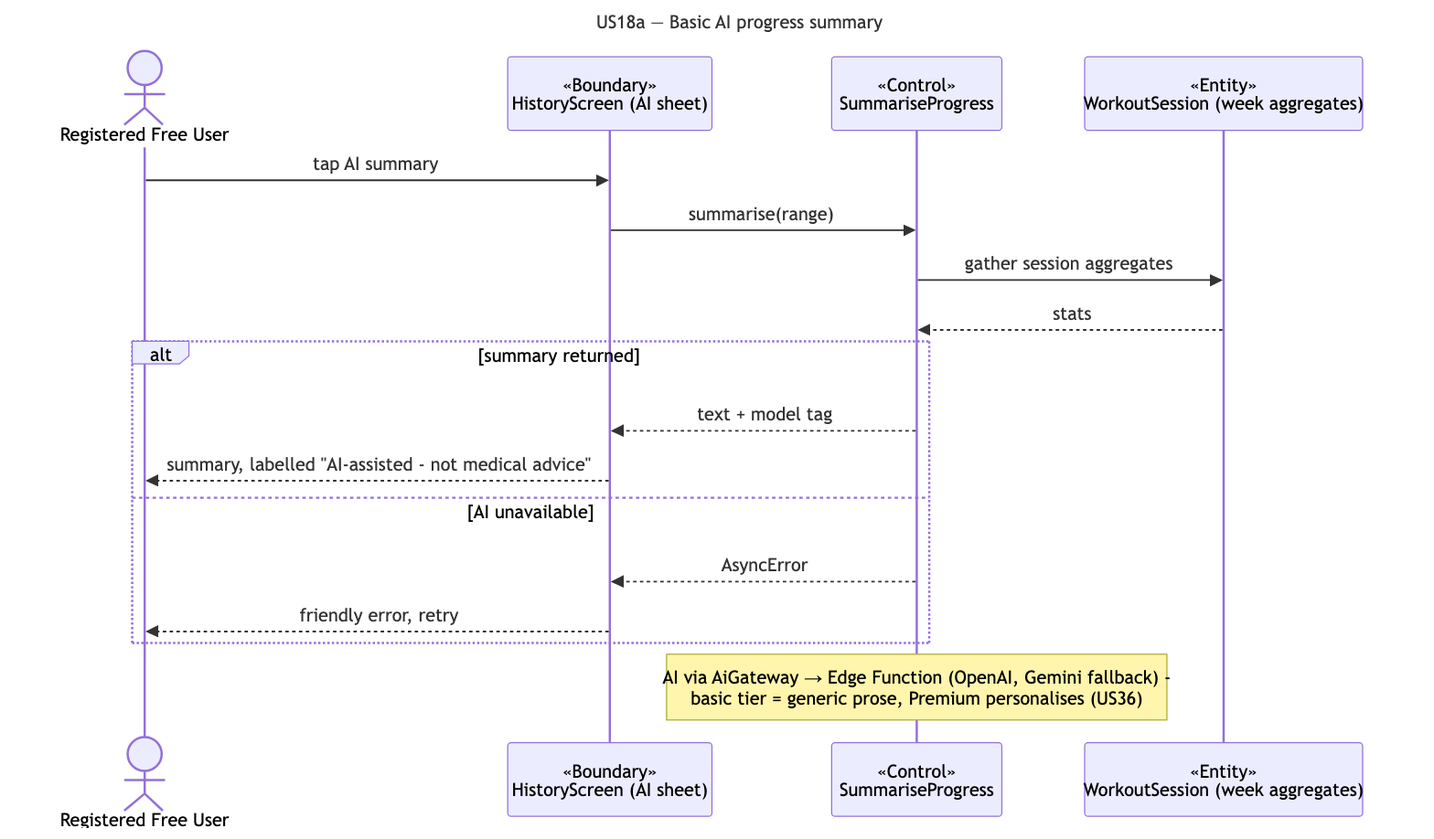
The Mermaid diagram docs/deliverables/sequence-diagrams/US18a-basic-ai-summary.png in cyuanjun/FYP-26-S2-37-app, before a commit. Its source is kept beside it as docs/deliverables/sequence-diagrams/src/US18a-basic-ai-summary.mmd. Its diagram source:
```mermaid
---
title: "US18a — Basic AI progress summary"
---
sequenceDiagram
  actor A as Registered Free User
  participant B as «Boundary»<br/>HistoryScreen (AI sheet)
  participant C as «Control»<br/>SummariseProgress
  participant E as «Entity»<br/>WorkoutSession (week aggregates)
  A->>B: tap AI summary
  B->>C: summarise(range)
  C->>E: gather session aggregates
  E-->>C: stats
  alt summary returned
    C-->>B: text + model tag
    B-->>A: summary, labelled "AI-assisted - not medical advice"
  else AI unavailable
    C-->>B: AsyncError
    B-->>A: friendly error, retry
  end
  note over C: AI via AiGateway → Edge Function (OpenAI, Gemini fallback) -<br/>basic tier = generic prose, Premium personalises (US36)
```
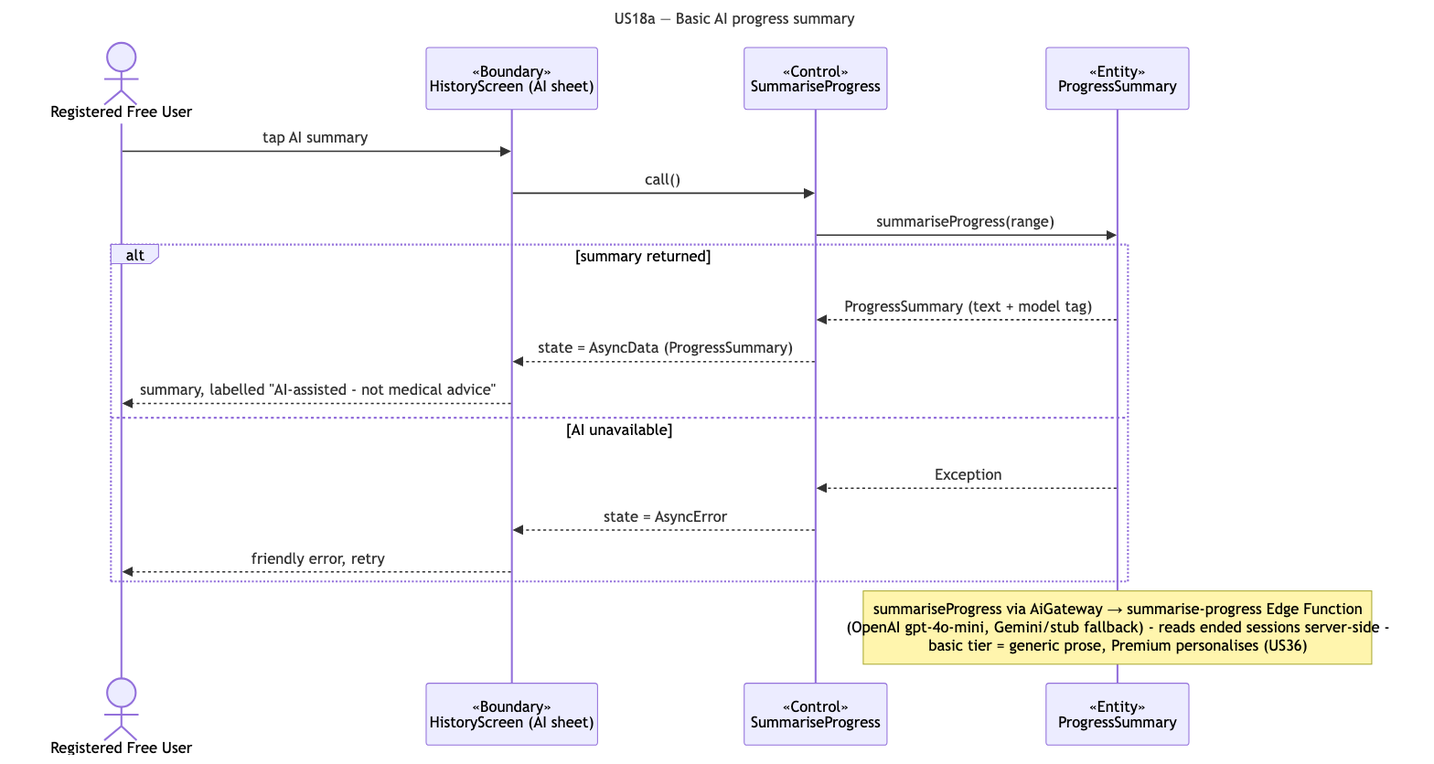
The same diagram one commit later.

Change to the diagram source:
```diff
@@ -5,16 +5,17 @@
   actor A as Registered Free User
   participant B as «Boundary»<br/>HistoryScreen (AI sheet)
   participant C as «Control»<br/>SummariseProgress
-  participant E as «Entity»<br/>WorkoutSession (week aggregates)
+  participant E as «Entity»<br/>ProgressSummary
   A->>B: tap AI summary
-  B->>C: summarise(range)
-  C->>E: gather session aggregates
-  E-->>C: stats
+  B->>C: call()
+  C->>E: summariseProgress(range)
   alt summary returned
-    C-->>B: text + model tag
+    E-->>C: ProgressSummary (text + model tag)
+    C-->>B: state = AsyncData (ProgressSummary)
     B-->>A: summary, labelled "AI-assisted - not medical advice"
   else AI unavailable
-    C-->>B: AsyncError
+    E-->>C: Exception
+    C-->>B: state = AsyncError
     B-->>A: friendly error, retry
   end
-  note over C: AI via AiGateway → Edge Function (OpenAI, Gemini fallback) -<br/>basic tier = generic prose, Premium personalises (US36)
+  note over E: summariseProgress via AiGateway → summarise-progress Edge Function<br/>(OpenAI gpt-4o-mini, Gemini/stub fallback) - reads ended sessions server-side -<br/>basic tier = generic prose, Premium personalises (US36)
```
